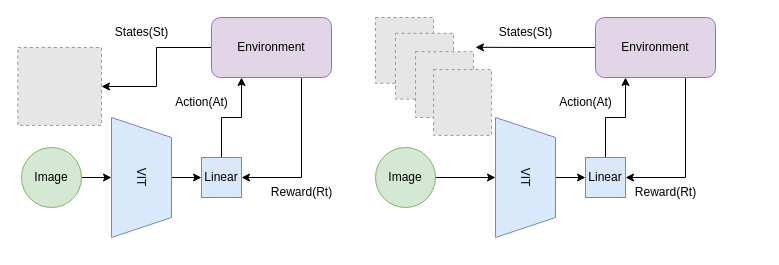
The draw.io diagram N_frames.drawio in Song-z-h/tirocinio-in-uni, before the edit. Source tidied: cells renumbered, new cells numbered last; positions are measured from the earlier drawing's top-left corner, leaving out a move shared by most shapes. Both pictures are drawn from the tidied source at 100%, with x=0, y=0 at pixel (17, 17). Pictures stored in the file or linked from it are replaced by grey dashed boxes.
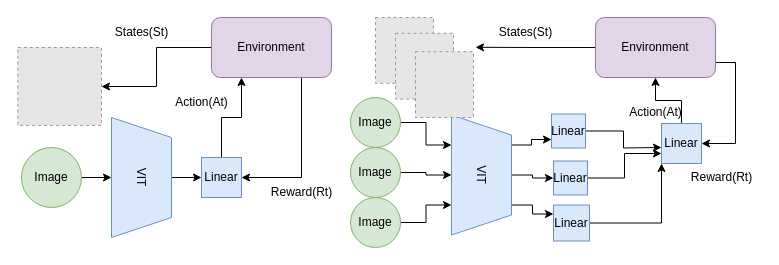
Above is the later version.

Unchanged cells that the change refers to:
```xml
<mxCell id="10" value="Environment&lt;br&gt;" style="rounded=1;whiteSpace=wrap;html=1;fillColor=#e1d5e7;strokeColor=#9673a6;" parent="1" vertex="1">
  <mxGeometry x="578" width="120" height="60" as="geometry" />
</mxCell>
```

The edit, as a diff of the source:
```diff
@@
-    <mxCell id="3" style="edgeStyle=orthogonalEdgeStyle;rounded=0;jettySize=auto;html=1;" parent="1" edge="1" source="4" target="14">
+    <mxCell id="3" style="edgeStyle=orthogonalEdgeStyle;rounded=0;jettySize=auto;html=1;exitX=0.25;exitY=0;exitDx=0;exitDy=0;entryX=0;entryY=0.75;entryDx=0;entryDy=0;" parent="1" edge="1" source="4" target="14">
       <mxGeometry relative="1" as="geometry" />
     </mxCell>
+    <mxCell id="31" style="edgeStyle=orthogonalEdgeStyle;rounded=0;jettySize=auto;html=1;exitX=0.5;exitY=0;exitDx=0;exitDy=0;entryX=0;entryY=0.5;entryDx=0;entryDy=0;" parent="1" edge="1" source="4" target="40">
+      <mxGeometry relative="1" as="geometry" />
+    </mxCell>
+    <mxCell id="32" style="edgeStyle=orthogonalEdgeStyle;rounded=0;jettySize=auto;html=1;exitX=0.75;exitY=0;exitDx=0;exitDy=0;entryX=0;entryY=0.25;entryDx=0;entryDy=0;" parent="1" edge="1" source="4" target="42">
+      <mxGeometry relative="1" as="geometry" />
+    </mxCell>
     <mxCell id="4" value="VIT" style="shape=trapezoid;perimeter=trapezoidPerimeter;fixedSize=1;rotation=90;fillColor=#dae8fc;strokeColor=#6c8ebf;align=center;fontColor=default;labelBackgroundColor=none;whiteSpace=wrap;html=1;spacingLeft=0;direction=east;" parent="1" vertex="1">
-      <mxGeometry x="448" y="130" width="120" height="60" as="geometry" />
+      <mxGeometry x="404" y="127.5" width="120" height="60" as="geometry" />
     </mxCell>
-    <mxCell id="5" style="edgeStyle=orthogonalEdgeStyle;rounded=0;jettySize=auto;html=1;" parent="1" edge="1" source="6" target="4">
+    <mxCell id="5" style="edgeStyle=orthogonalEdgeStyle;rounded=0;jettySize=auto;html=1;exitX=1;exitY=0.5;exitDx=0;exitDy=0;entryX=0.25;entryY=1;entryDx=0;entryDy=0;" parent="1" edge="1" source="6" target="4">
       <mxGeometry relative="1" as="geometry" />
     </mxCell>
     <mxCell id="6" value="Image&lt;br&gt;" style="ellipse;whiteSpace=wrap;html=1;fillColor=#d5e8d4;strokeColor=#82b366;" parent="1" vertex="1">
-      <mxGeometry x="358" y="130" width="60" height="60" as="geometry" />
+      <mxGeometry x="333" y="80" width="50" height="50" as="geometry" />
     </mxCell>
@@
-    <mxCell id="9" style="edgeStyle=orthogonalEdgeStyle;rounded=0;jettySize=auto;html=1;exitX=0.75;exitY=1;exitDx=0;exitDy=0;entryX=1;entryY=0.5;entryDx=0;entryDy=0;" parent="1" edge="1" source="10" target="14">
-      <mxGeometry relative="1" as="geometry" />
-    </mxCell>
+    <mxCell id="33" style="edgeStyle=orthogonalEdgeStyle;rounded=0;jettySize=auto;html=1;exitX=1;exitY=0.75;exitDx=0;exitDy=0;entryX=1;entryY=0.5;entryDx=0;entryDy=0;" parent="1" edge="1" source="10" target="44">
+      <mxGeometry relative="1" as="geometry" />
+    </mxCell>
@@
     <mxCell id="11" value="Action(At)" style="text;html=1;align=center;verticalAlign=middle;strokeColor=none;fillColor=none;" parent="1" vertex="1">
-      <mxGeometry x="528" y="70" width="80" height="30" as="geometry" />
+      <mxGeometry x="598" y="80" width="80" height="30" as="geometry" />
     </mxCell>
     <mxCell id="12" value="Reward(Rt)" style="text;html=1;align=center;verticalAlign=middle;strokeColor=none;fillColor=none;" parent="1" vertex="1">
-      <mxGeometry x="608" y="160" width="80" height="30" as="geometry" />
+      <mxGeometry x="664" y="145" width="80" height="30" as="geometry" />
     </mxCell>
-    <mxCell id="13" style="edgeStyle=orthogonalEdgeStyle;rounded=0;jettySize=auto;html=1;exitX=0.5;exitY=0;exitDx=0;exitDy=0;entryX=0.25;entryY=1;entryDx=0;entryDy=0;" parent="1" edge="1" source="14" target="10">
-      <mxGeometry relative="1" as="geometry" />
-    </mxCell>
+    <mxCell id="34" style="edgeStyle=orthogonalEdgeStyle;rounded=0;jettySize=auto;html=1;" parent="1" edge="1" source="14">
+      <mxGeometry relative="1" as="geometry">
+        <mxPoint x="644" y="130" as="targetPoint" />
+      </mxGeometry>
+    </mxCell>
     <mxCell id="14" value="Linear" style="whiteSpace=wrap;html=1;fillColor=#dae8fc;strokeColor=#6c8ebf;" parent="1" vertex="1">
-      <mxGeometry x="568" y="140" width="40" height="40" as="geometry" />
+      <mxGeometry x="534" y="96.5" width="34" height="34" as="geometry" />
     </mxCell>
@@
-    <mxCell id="17" style="fillColor=#E6E6E6;strokeColor=#999999;dashed=1;verticalLabelPosition=bottom;labelBackgroundColor=default;verticalAlign=top;" parent="1" vertex="1">
-      <mxGeometry x="416.1" y="52.1" width="58" height="65.8" as="geometry" />
-    </mxCell>
@@
+    <mxCell id="35" style="edgeStyle=orthogonalEdgeStyle;rounded=0;jettySize=auto;html=1;" parent="1" edge="1" source="36" target="4">
+      <mxGeometry relative="1" as="geometry" />
+    </mxCell>
+    <mxCell id="36" value="Image&lt;br&gt;" style="ellipse;whiteSpace=wrap;html=1;fillColor=#d5e8d4;strokeColor=#82b366;" parent="1" vertex="1">
+      <mxGeometry x="333" y="130" width="50" height="50" as="geometry" />
+    </mxCell>
+    <mxCell id="37" style="edgeStyle=orthogonalEdgeStyle;rounded=0;jettySize=auto;html=1;exitX=1;exitY=0.5;exitDx=0;exitDy=0;entryX=0.75;entryY=1;entryDx=0;entryDy=0;" parent="1" edge="1" source="38" target="4">
+      <mxGeometry relative="1" as="geometry" />
+    </mxCell>
+    <mxCell id="38" value="Image&lt;br&gt;" style="ellipse;whiteSpace=wrap;html=1;fillColor=#d5e8d4;strokeColor=#82b366;" parent="1" vertex="1">
+      <mxGeometry x="333" y="180" width="50" height="50" as="geometry" />
+    </mxCell>
+    <mxCell id="39" style="edgeStyle=orthogonalEdgeStyle;rounded=0;jettySize=auto;html=1;entryX=0;entryY=0.75;entryDx=0;entryDy=0;" parent="1" edge="1" source="40" target="44">
+      <mxGeometry relative="1" as="geometry" />
+    </mxCell>
+    <mxCell id="40" value="Linear" style="whiteSpace=wrap;html=1;fillColor=#dae8fc;strokeColor=#6c8ebf;" parent="1" vertex="1">
+      <mxGeometry x="536" y="143.5" width="34" height="34" as="geometry" />
+    </mxCell>
+    <mxCell id="41" style="edgeStyle=orthogonalEdgeStyle;rounded=0;jettySize=auto;html=1;entryX=0;entryY=1;entryDx=0;entryDy=0;" parent="1" edge="1" source="42" target="44">
+      <mxGeometry relative="1" as="geometry" />
+    </mxCell>
+    <mxCell id="42" value="Linear" style="whiteSpace=wrap;html=1;fillColor=#dae8fc;strokeColor=#6c8ebf;" parent="1" vertex="1">
+      <mxGeometry x="536" y="187.5" width="36" height="36" as="geometry" />
+    </mxCell>
+    <mxCell id="43" style="edgeStyle=orthogonalEdgeStyle;rounded=0;jettySize=auto;html=1;" parent="1" edge="1" source="44" target="10">
+      <mxGeometry relative="1" as="geometry" />
+    </mxCell>
+    <mxCell id="44" value="Linear" style="whiteSpace=wrap;html=1;fillColor=#dae8fc;strokeColor=#6c8ebf;" parent="1" vertex="1">
+      <mxGeometry x="644" y="106" width="40" height="40" as="geometry" />
+    </mxCell>
```
